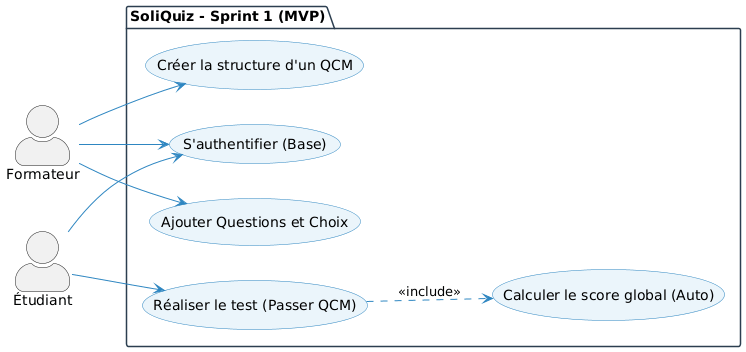
This is images/cas-utilisation-sprint-1-mvp.png from SoliQuiz/Rapport, a PlantUML export, as it was before one commit.
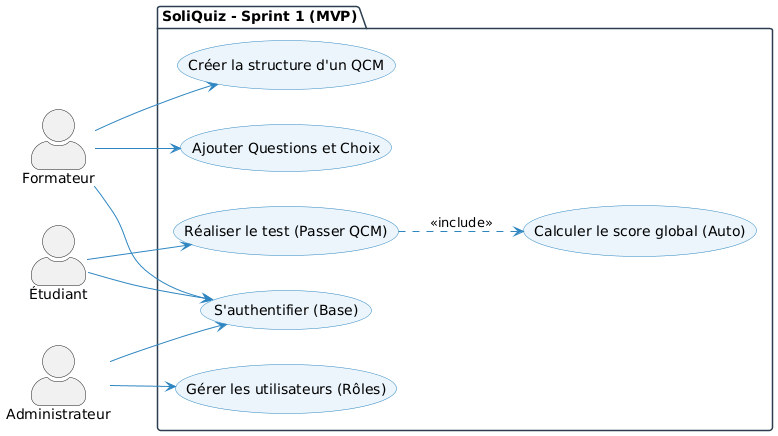
The same file after the commit.

The edit, as a diff of the source:
```diff
@@ -13,16 +13,21 @@
     ArrowColor #2E86C1
 }
 
+actor "Administrateur" as A
 actor "Formateur" as F
 actor "Étudiant" as E
 
 package "SoliQuiz - Sprint 1 (MVP)" {
+    usecase "Gérer les utilisateurs (Rôles)" as UC1_6
     usecase "S'authentifier (Base)" as UC1_5
     usecase "Créer la structure d'un QCM" as UC1_1
     usecase "Ajouter Questions et Choix" as UC1_2
     usecase "Réaliser le test (Passer QCM)" as UC1_3
     usecase "Calculer le score global (Auto)" as UC1_4
 }
+
+A --> UC1_6
+A --> UC1_5
 
 F --> UC1_5
 F --> UC1_1
```
